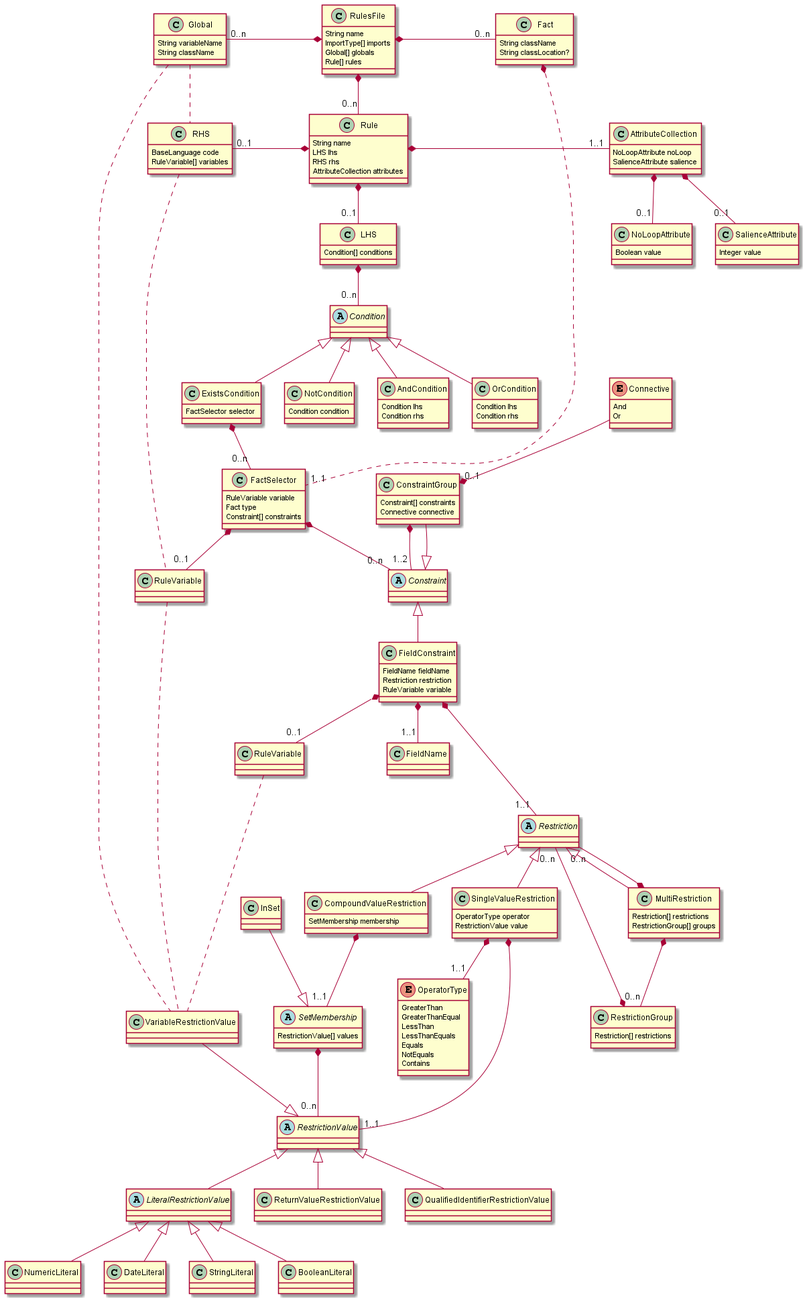
The PlantUML diagram Thesis/Sections/images/DroolsLiteStructure.png in jewelEarthDeveloper/Thesis2021, before a commit.
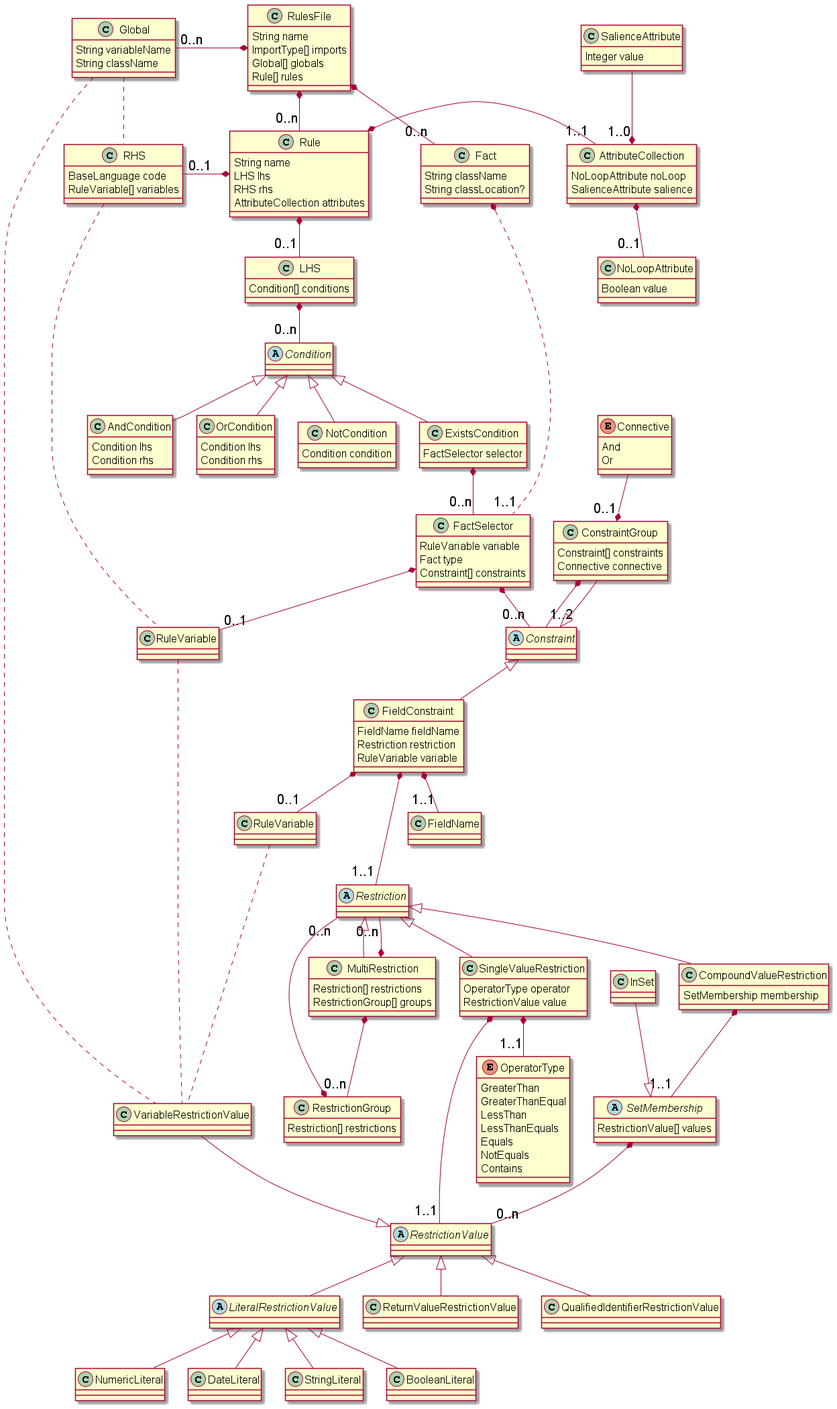
The same diagram one commit later.

Change to the diagram source:
```diff
@@ -1,4 +1,7 @@
 @startuml
+    skinparam ClassFontSize 16
+    skinparam ClassAttributeFontSize 16
+    skinparam ArrowFontSize 20
 
     class RulesFile
         RulesFile : String name
@@ -35,9 +38,7 @@
         SalienceAttribute : Integer value
 
     AttributeCollection *-- "0..1" NoLoopAttribute
-    AttributeCollection *-- "0..1" SalienceAttribute
-
-
+    SalienceAttribute --* "1..0" AttributeCollection
 
     class RHS
         RHS : BaseLanguage code
```
